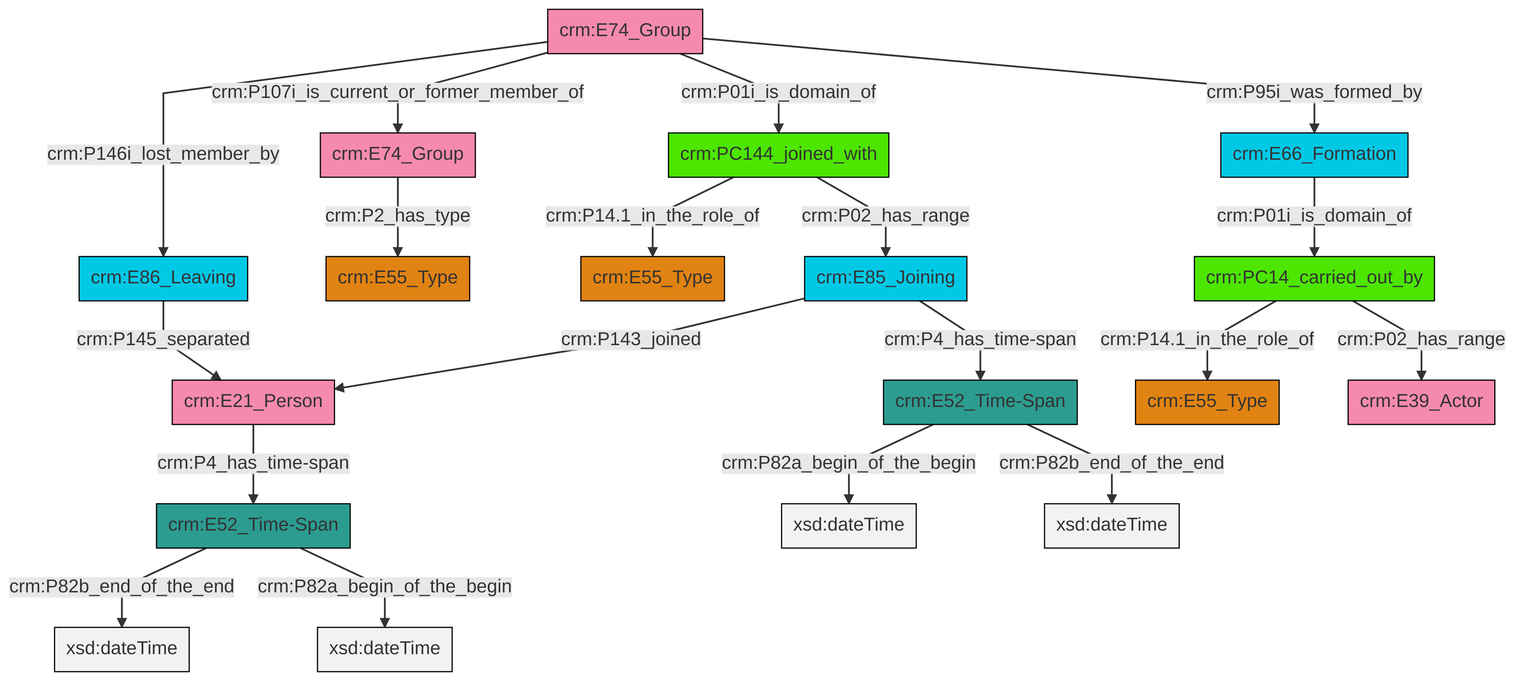
Above: et/groupCSV/ttl/mmd/png/group_actor_relations.png in swiss-art-research-net/reference-data-models (Mermaid), before the change. Its source is kept beside it as et/groupCSV/ttl/mmd/group_actor_relations.ttl.mmd.
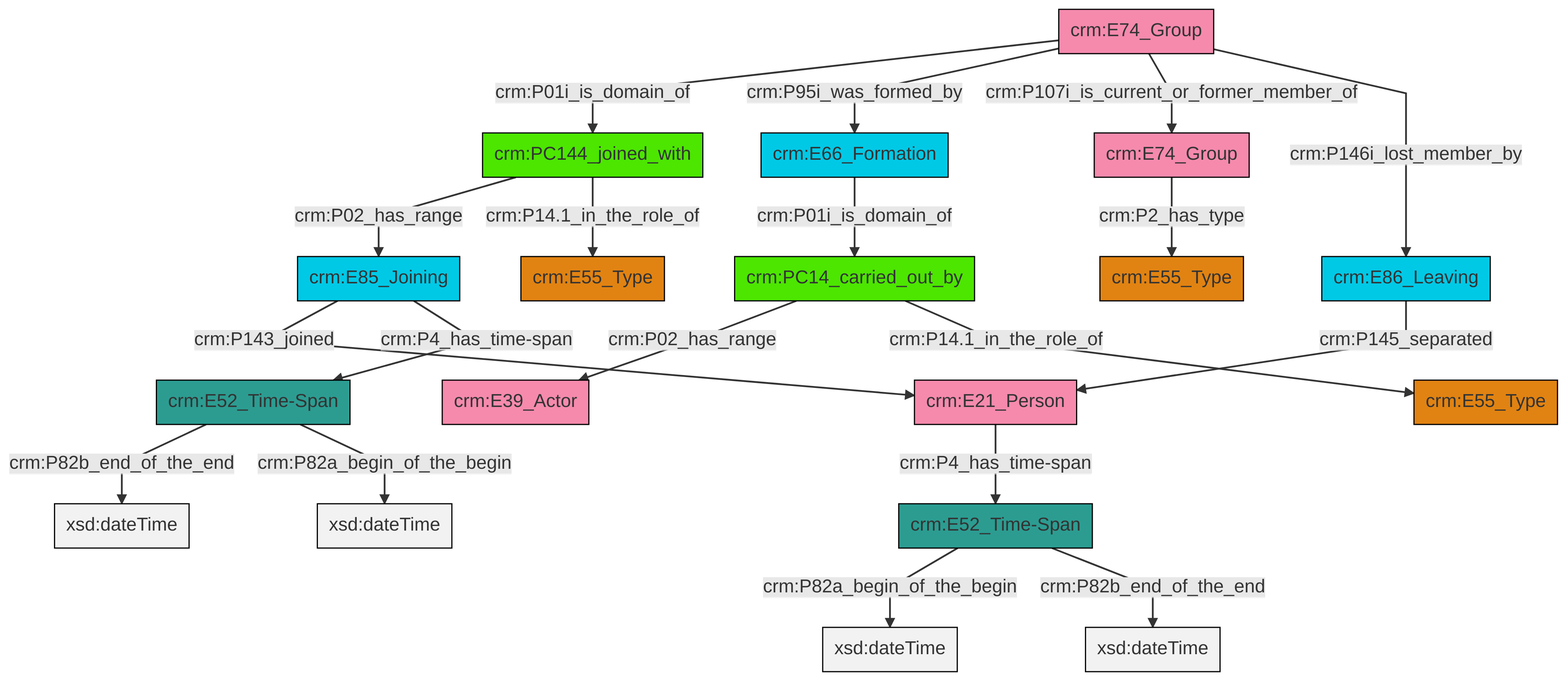
Later version of the same file.

The edit, as a diff of the source:
```diff
@@ -13,21 +13,21 @@
 classDef PC_Classes fill:#4ce600, stroke:#000000;
 classDef Multi fill:#cccccc,stroke:#000000;
 
-2["crm:PC14_carried_out_by"]:::PC_Classes -->|crm:P14.1_in_the_role_of| 0["crm:E55_Type"]:::Type
-5["crm:PC144_joined_with"]:::PC_Classes -->|crm:P14.1_in_the_role_of| 6["crm:E55_Type"]:::Type
-10["crm:E52_Time-Span"]:::Time-Span -->|crm:P82a_begin_of_the_begin| 11[xsd:dateTime]:::Literal
-12["crm:E52_Time-Span"]:::Time-Span -->|crm:P82b_end_of_the_end| 13[xsd:dateTime]:::Literal
-10["crm:E52_Time-Span"]:::Time-Span -->|crm:P82b_end_of_the_end| 14[xsd:dateTime]:::Literal
-3["crm:E66_Formation"]:::Temporal_Entity -->|crm:P01i_is_domain_of| 2["crm:PC14_carried_out_by"]:::PC_Classes
-7["crm:E21_Person"]:::Actor -->|crm:P4_has_time-span| 12["crm:E52_Time-Span"]:::Time-Span
-15["crm:E74_Group"]:::Actor -->|crm:P2_has_type| 16["crm:E55_Type"]:::Type
-23["crm:E85_Joining"]:::Temporal_Entity -->|crm:P143_joined| 7["crm:E21_Person"]:::Actor
-25["crm:E86_Leaving"]:::Temporal_Entity -->|crm:P145_separated| 7["crm:E21_Person"]:::Actor
-2["crm:PC14_carried_out_by"]:::PC_Classes -->|crm:P02_has_range| 17["crm:E39_Actor"]:::Actor
-23["crm:E85_Joining"]:::Temporal_Entity -->|crm:P4_has_time-span| 10["crm:E52_Time-Span"]:::Time-Span
-28["crm:E74_Group"]:::Actor -->|crm:P146i_lost_member_by| 25["crm:E86_Leaving"]:::Temporal_Entity
-28["crm:E74_Group"]:::Actor -->|crm:P107i_is_current_or_former_member_of| 15["crm:E74_Group"]:::Actor
-12["crm:E52_Time-Span"]:::Time-Span -->|crm:P82a_begin_of_the_begin| 34[xsd:dateTime]:::Literal
-5["crm:PC144_joined_with"]:::PC_Classes -->|crm:P02_has_range| 23["crm:E85_Joining"]:::Temporal_Entity
-28["crm:E74_Group"]:::Actor -->|crm:P01i_is_domain_of| 5["crm:PC144_joined_with"]:::PC_Classes
-28["crm:E74_Group"]:::Actor -->|crm:P95i_was_formed_by| 3["crm:E66_Formation"]:::Temporal_Entity
+4["crm:E66_Formation"]:::Temporal_Entity -->|crm:P01i_is_domain_of| 5["crm:PC14_carried_out_by"]:::PC_Classes
+8["crm:E21_Person"]:::Actor -->|crm:P4_has_time-span| 9["crm:E52_Time-Span"]:::Time-Span
+6["crm:E52_Time-Span"]:::Time-Span -->|crm:P82b_end_of_the_end| 12[xsd:dateTime]:::Literal
+14["crm:E74_Group"]:::Actor -->|crm:P01i_is_domain_of| 15["crm:PC144_joined_with"]:::PC_Classes
+9["crm:E52_Time-Span"]:::Time-Span -->|crm:P82a_begin_of_the_begin| 16[xsd:dateTime]:::Literal
+5["crm:PC14_carried_out_by"]:::PC_Classes -->|crm:P02_has_range| 2["crm:E39_Actor"]:::Actor
+17["crm:E74_Group"]:::Actor -->|crm:P2_has_type| 10["crm:E55_Type"]:::Type
+15["crm:PC144_joined_with"]:::PC_Classes -->|crm:P02_has_range| 0["crm:E85_Joining"]:::Temporal_Entity
+6["crm:E52_Time-Span"]:::Time-Span -->|crm:P82a_begin_of_the_begin| 19[xsd:dateTime]:::Literal
+14["crm:E74_Group"]:::Actor -->|crm:P95i_was_formed_by| 4["crm:E66_Formation"]:::Temporal_Entity
+0["crm:E85_Joining"]:::Temporal_Entity -->|crm:P143_joined| 8["crm:E21_Person"]:::Actor
+0["crm:E85_Joining"]:::Temporal_Entity -->|crm:P4_has_time-span| 6["crm:E52_Time-Span"]:::Time-Span
+24["crm:E86_Leaving"]:::Temporal_Entity -->|crm:P145_separated| 8["crm:E21_Person"]:::Actor
+5["crm:PC14_carried_out_by"]:::PC_Classes -->|crm:P14.1_in_the_role_of| 25["crm:E55_Type"]:::Type
+14["crm:E74_Group"]:::Actor -->|crm:P107i_is_current_or_former_member_of| 17["crm:E74_Group"]:::Actor
+14["crm:E74_Group"]:::Actor -->|crm:P146i_lost_member_by| 24["crm:E86_Leaving"]:::Temporal_Entity
+15["crm:PC144_joined_with"]:::PC_Classes -->|crm:P14.1_in_the_role_of| 26["crm:E55_Type"]:::Type
+9["crm:E52_Time-Span"]:::Time-Span -->|crm:P82b_end_of_the_end| 34[xsd:dateTime]:::Literal
```
